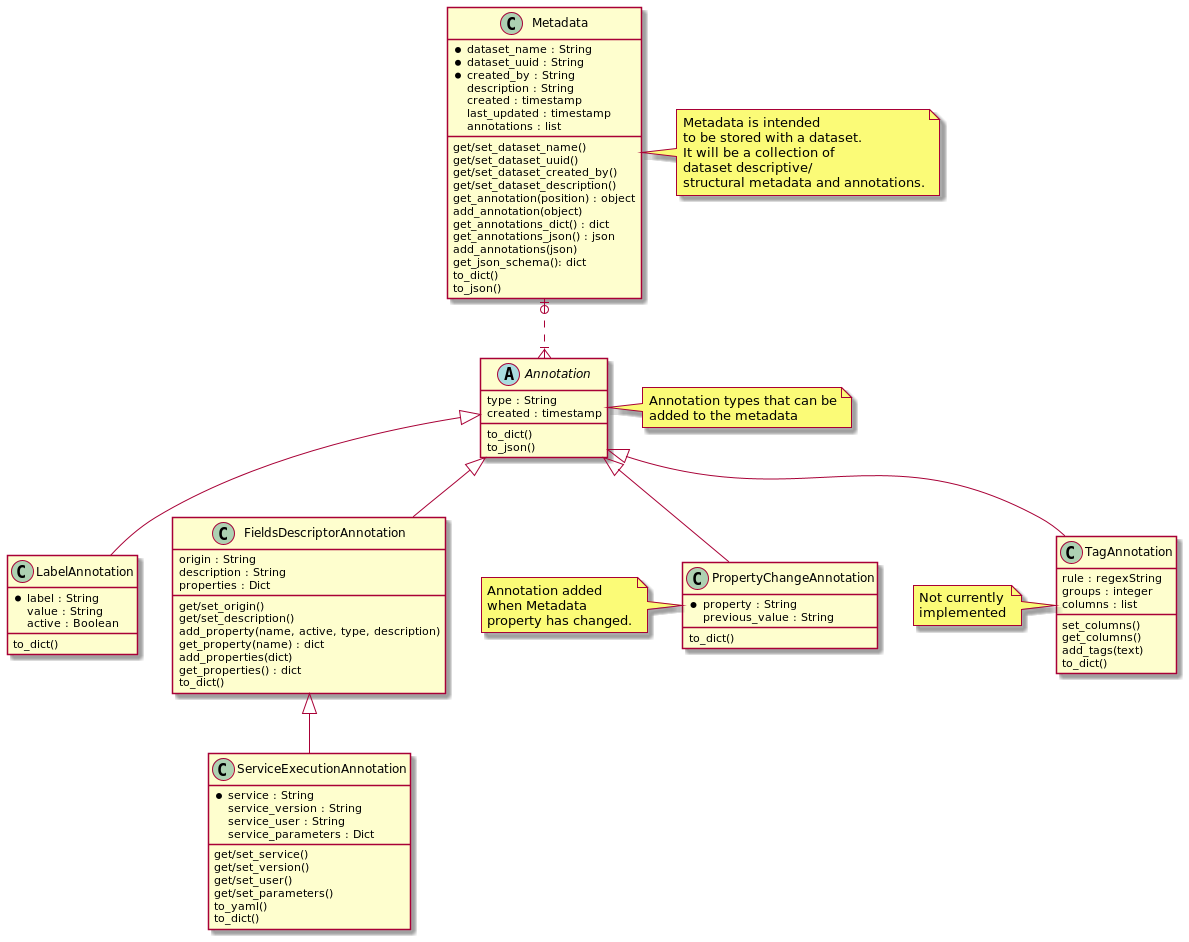
The PlantUML diagram docs/data-manager-metadata.png in InformaticsMatters/squonk2-data-manager-metadata, before a commit.
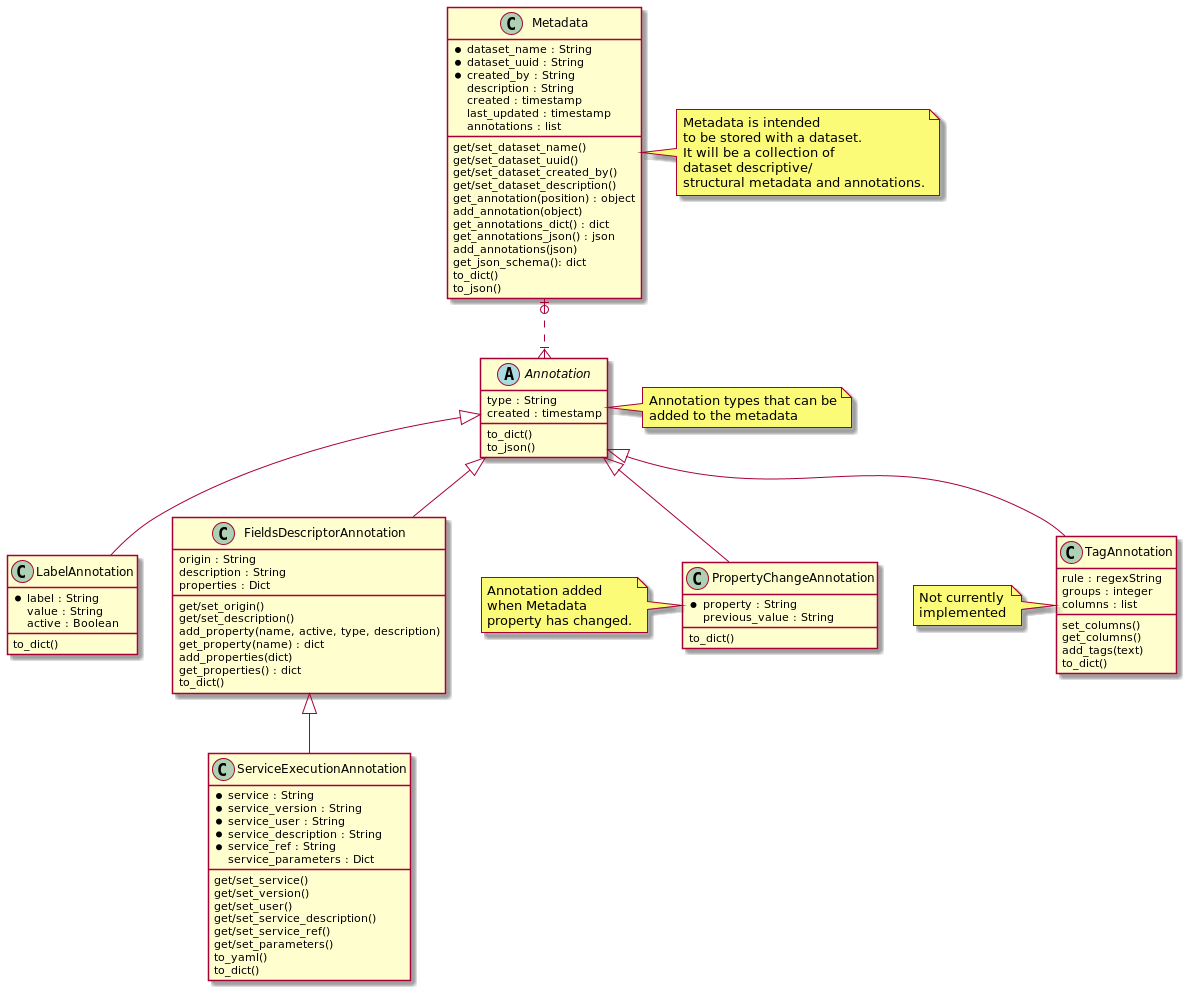
After the change.

The edit, as a diff of the source:
```diff
@@ -70,12 +70,16 @@
 
 class ServiceExecutionAnnotation {
     *service : String
-    service_version : String
-    service_user : String
+    *service_version : String
+    *service_user : String
+    *service_description : String
+    *service_ref : String
     service_parameters : Dict
     get/set_service()
     get/set_version()
     get/set_user()
+    get/set_service_description()
+    get/set_service_ref()
     get/set_parameters()
     to_yaml()
     to_dict()
```
